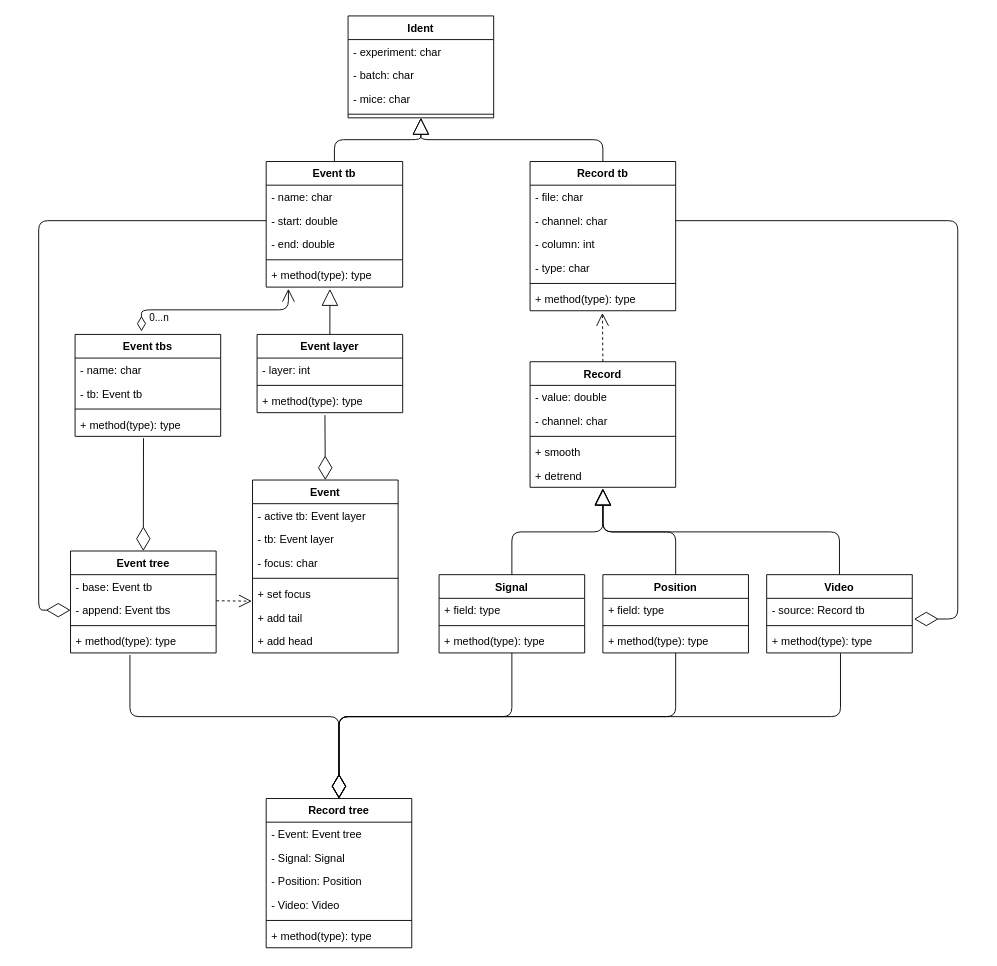
c57bl/caSignal2 keeps this draw.io diagram as design/casignal2 Diagram.drawio. Above is the earlier version. Source tidied: cells renumbered, new cells numbered last; positions are measured from the earlier drawing's top-left corner, leaving out a move shared by most shapes. Both pictures are drawn from the tidied source at 91%, with x=0, y=0 at pixel (38, 15).
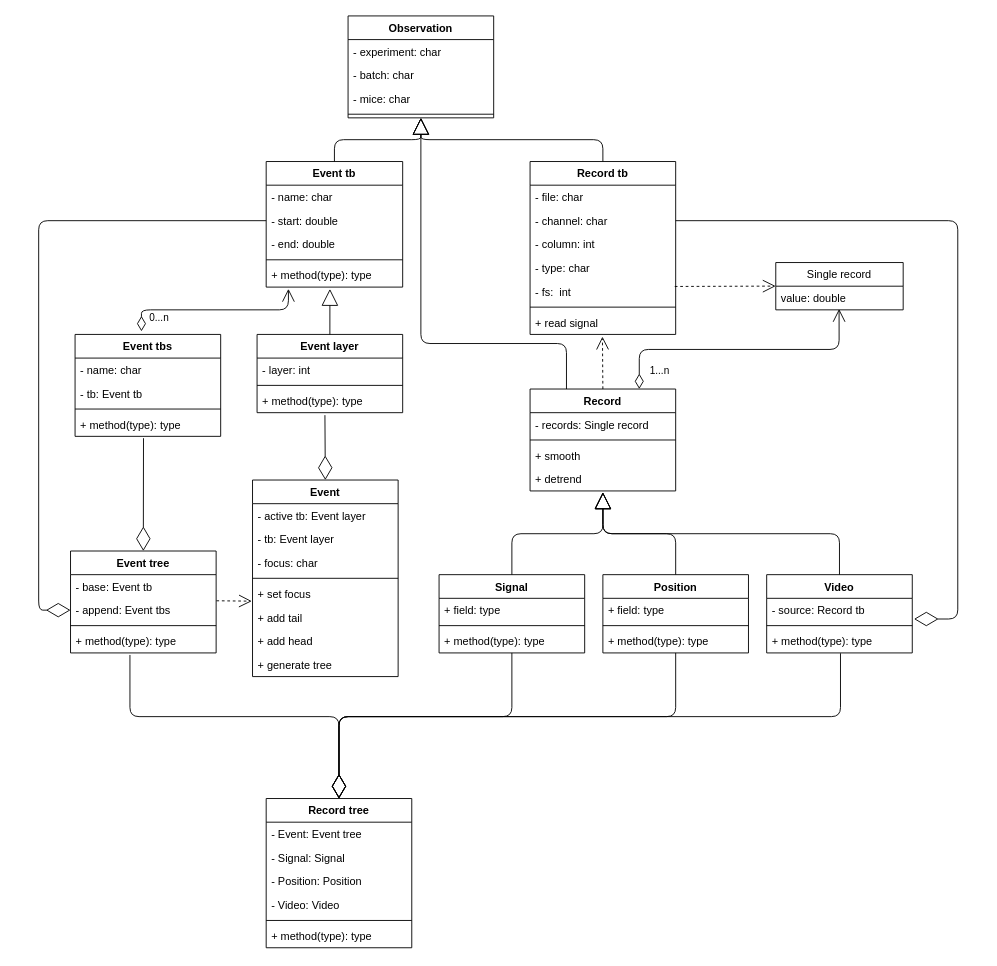
Above is the later version.

Diff of the diagram source:
```diff
@@
-    <mxCell id="2" value="Ident" style="swimlane;fontStyle=1;align=center;verticalAlign=top;horizontal=1;startSize=26;" parent="1" vertex="1">
+    <mxCell id="2" value="Observation" style="swimlane;fontStyle=1;align=center;verticalAlign=top;horizontal=1;startSize=26;" parent="1" vertex="1">
       <mxGeometry x="340" width="160" height="112" as="geometry" />
     </mxCell>
@@
     <mxCell id="13" value="Record tb" style="swimlane;fontStyle=1;align=center;verticalAlign=top;horizontal=1;startSize=26;" parent="1" vertex="1">
-      <mxGeometry x="540" y="160" width="160" height="164" as="geometry" />
+      <mxGeometry x="540" y="160" width="160" height="190" as="geometry" />
     </mxCell>
@@
+    <mxCell id="84" value="- fs:  int" style="text;strokeColor=none;fillColor=none;align=left;verticalAlign=top;spacingLeft=4;spacingRight=4;overflow=hidden;" parent="13" vertex="1">
+      <mxGeometry y="130" width="160" height="26" as="geometry" />
+    </mxCell>
     <mxCell id="18" style="line;strokeWidth=1;fillColor=none;align=left;verticalAlign=middle;spacingTop=-1;spacingLeft=3;spacingRight=3;labelPosition=right;" parent="13" vertex="1">
-      <mxGeometry y="130" width="160" height="8" as="geometry" />
+      <mxGeometry y="156" width="160" height="8" as="geometry" />
     </mxCell>
-    <mxCell id="19" value="+ method(type): type" style="text;strokeColor=none;fillColor=none;align=left;verticalAlign=top;spacingLeft=4;spacingRight=4;overflow=hidden;points=[[0,0.5],[1,0.5]];portConstraint=eastwest;" parent="13" vertex="1">
-      <mxGeometry y="138" width="160" height="26" as="geometry" />
+    <mxCell id="19" value="+ read signal" style="text;strokeColor=none;fillColor=none;align=left;verticalAlign=top;spacingLeft=4;spacingRight=4;overflow=hidden;points=[[0,0.5],[1,0.5]];portConstraint=eastwest;" parent="13" vertex="1">
+      <mxGeometry y="164" width="160" height="26" as="geometry" />
     </mxCell>
     <mxCell id="20" value="Event" style="swimlane;fontStyle=1;align=center;verticalAlign=top;horizontal=1;startSize=26;" parent="1" vertex="1">
-      <mxGeometry x="235" y="510" width="160" height="190" as="geometry" />
+      <mxGeometry x="235" y="510" width="160" height="216" as="geometry" />
     </mxCell>
@@
+    <mxCell id="85" value="+ generate tree" style="text;strokeColor=none;fillColor=none;align=left;verticalAlign=top;spacingLeft=4;spacingRight=4;overflow=hidden;" parent="20" vertex="1">
+      <mxGeometry y="190" width="160" height="26" as="geometry" />
+    </mxCell>
     <mxCell id="28" value="Record" style="swimlane;fontStyle=1;align=center;verticalAlign=top;horizontal=1;startSize=26;" parent="1" vertex="1">
-      <mxGeometry x="540" y="380" width="160" height="138" as="geometry" />
+      <mxGeometry x="540" y="410" width="160" height="112" as="geometry" />
     </mxCell>
-    <mxCell id="29" value="- value: double" style="text;strokeColor=none;fillColor=none;align=left;verticalAlign=top;spacingLeft=4;spacingRight=4;overflow=hidden;" parent="28" vertex="1">
+    <mxCell id="29" value="- records: Single record" style="text;strokeColor=none;fillColor=none;align=left;verticalAlign=top;spacingLeft=4;spacingRight=4;overflow=hidden;" parent="28" vertex="1">
       <mxGeometry y="26" width="160" height="26" as="geometry" />
     </mxCell>
-    <mxCell id="30" value="- channel: char" style="text;strokeColor=none;fillColor=none;align=left;verticalAlign=top;spacingLeft=4;spacingRight=4;overflow=hidden;" parent="28" vertex="1">
-      <mxGeometry y="52" width="160" height="26" as="geometry" />
-    </mxCell>
     <mxCell id="31" style="line;strokeWidth=1;fillColor=none;align=left;verticalAlign=middle;spacingTop=-1;spacingLeft=3;spacingRight=3;labelPosition=right;" parent="28" vertex="1">
-      <mxGeometry y="78" width="160" height="8" as="geometry" />
+      <mxGeometry y="52" width="160" height="8" as="geometry" />
     </mxCell>
     <mxCell id="32" value="+ smooth" style="text;strokeColor=none;fillColor=none;align=left;verticalAlign=top;spacingLeft=4;spacingRight=4;overflow=hidden;" parent="28" vertex="1">
-      <mxGeometry y="86" width="160" height="26" as="geometry" />
+      <mxGeometry y="60" width="160" height="26" as="geometry" />
     </mxCell>
     <mxCell id="33" value="+ detrend" style="text;strokeColor=none;fillColor=none;align=left;verticalAlign=top;spacingLeft=4;spacingRight=4;overflow=hidden;points=[[0,0.5],[1,0.5]];portConstraint=eastwest;" parent="28" vertex="1">
-      <mxGeometry y="112" width="160" height="26" as="geometry" />
+      <mxGeometry y="86" width="160" height="26" as="geometry" />
     </mxCell>
@@
+    <mxCell id="86" style="endArrow=block;endSize=16;endFill=0;html=1;entryX=0.5;entryY=1;entryDx=0;entryDy=0;edgeStyle=elbowEdgeStyle;elbow=vertical;exitX=0.25;exitY=0;exitDx=0;exitDy=0;" parent="1" edge="1" source="28" target="2">
+      <mxGeometry relative="1" as="geometry">
+        <Array as="points">
+          <mxPoint x="500" y="360" />
+          <mxPoint x="450" y="140" />
+        </Array>
+      </mxGeometry>
+    </mxCell>
+    <mxCell id="87" value="Single record" style="swimlane;fontStyle=0;horizontal=1;startSize=26;fillColor=none;" parent="1" vertex="1">
+      <mxGeometry x="810" y="271" width="140" height="52" as="geometry" />
+    </mxCell>
+    <mxCell id="88" value="value: double" style="text;strokeColor=none;fillColor=none;align=left;verticalAlign=top;spacingLeft=4;spacingRight=4;overflow=hidden;points=[[0,0.5],[1,0.5]];portConstraint=eastwest;" parent="87" vertex="1">
+      <mxGeometry y="26" width="140" height="26" as="geometry" />
+    </mxCell>
+    <mxCell id="89" style="endArrow=open;endSize=12;dashed=1;html=1;elbow=vertical;entryX=-0.001;entryY=-0.004;entryDx=0;entryDy=0;entryPerimeter=0;exitX=0.994;exitY=0.28;exitDx=0;exitDy=0;exitPerimeter=0;" parent="1" edge="1" target="88">
+      <mxGeometry relative="1" as="geometry">
+        <mxPoint x="699" y="297.3" as="sourcePoint" />
+      </mxGeometry>
+    </mxCell>
+    <mxCell id="90" value="1...n" style="endArrow=open;html=1;endSize=12;startArrow=diamondThin;startSize=14;startFill=0;edgeStyle=orthogonalEdgeStyle;align=left;verticalAlign=bottom;elbow=vertical;entryX=0.497;entryY=0.962;entryDx=0;entryDy=0;entryPerimeter=0;exitX=0.75;exitY=0;exitDx=0;exitDy=0;" parent="1" edge="1" source="28" target="88">
+      <mxGeometry x="-0.93" y="-10" relative="1" as="geometry" />
+    </mxCell>
```
